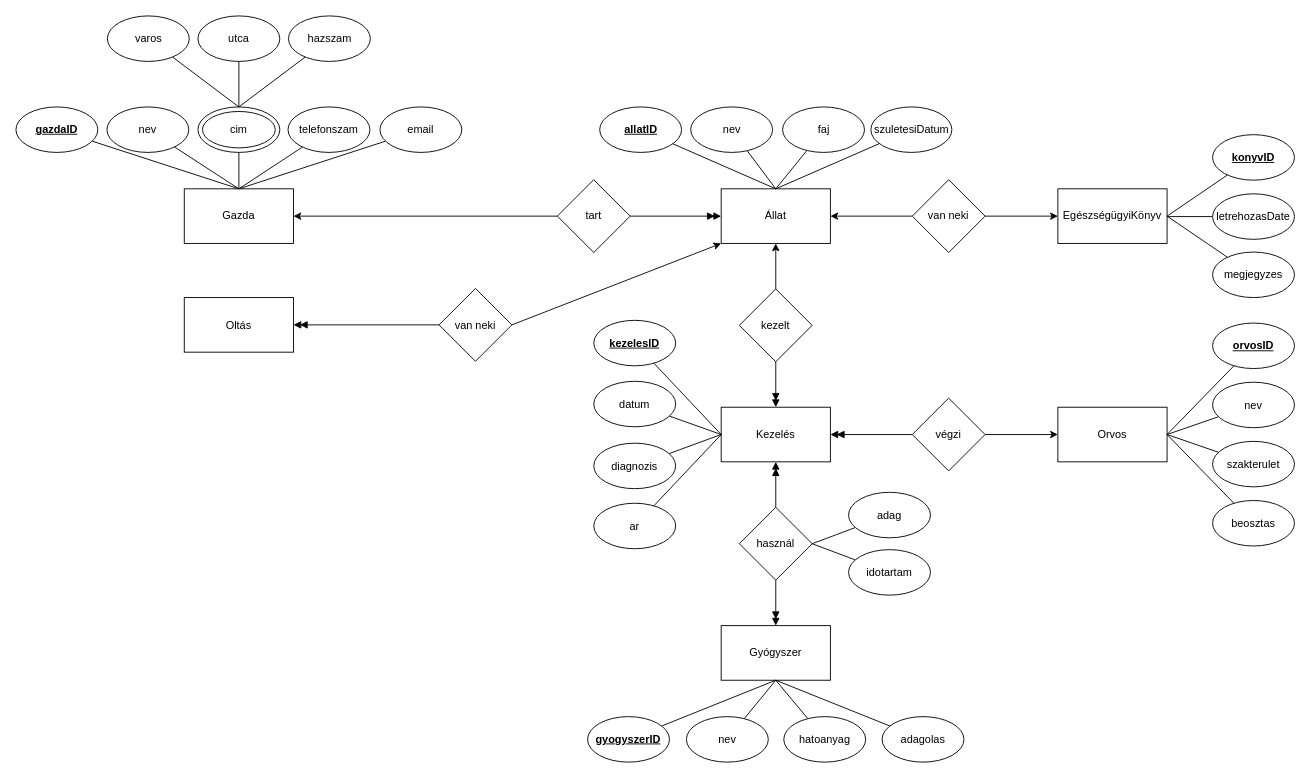
matyas-toth/OQH5NHWebXML keeps this draw.io diagram as OQH5NH_XMLTask/OQH5NH_ER.drawio. Above is the earlier version. Source tidied: cells renumbered, new cells numbered last; positions are measured from the earlier drawing's top-left corner, leaving out a move shared by most shapes. Both pictures are drawn from the tidied source at 91%, with x=0, y=0 at pixel (15, 15).
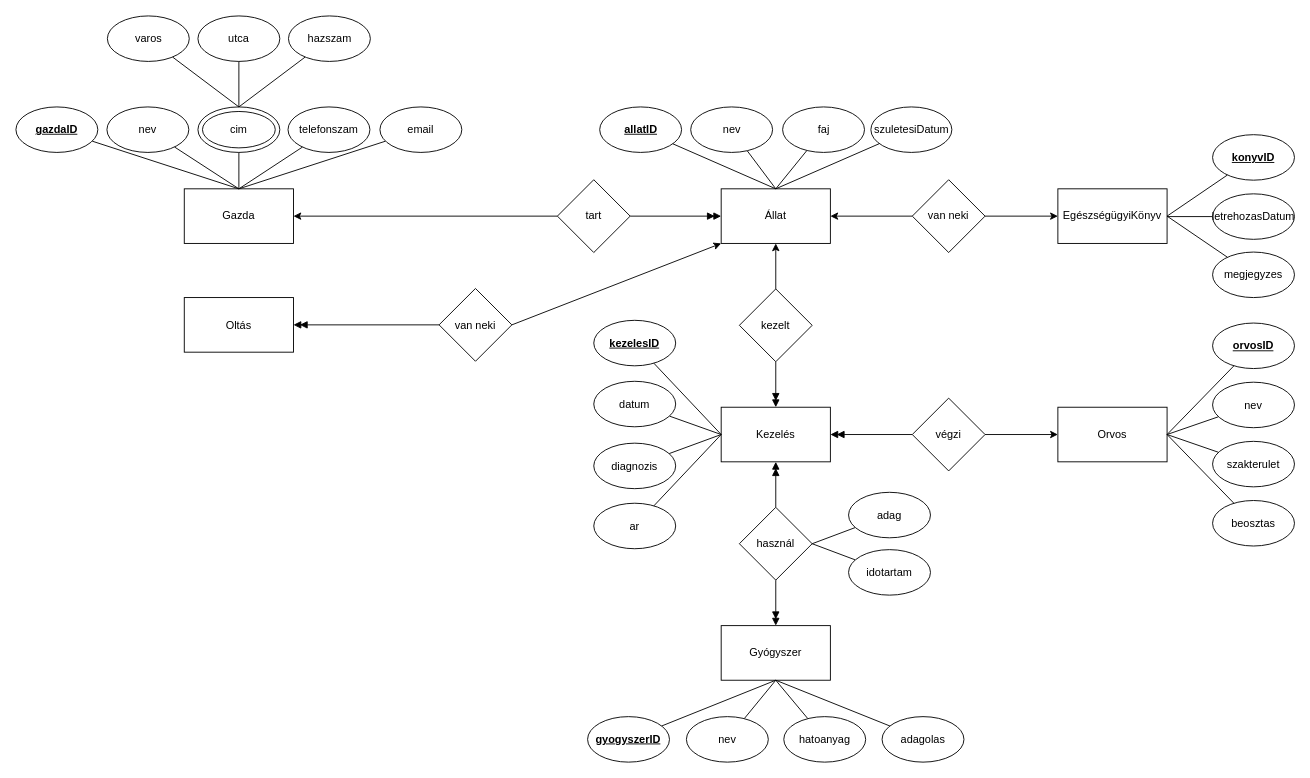
After the change.

Diff of the diagram source:
```diff
@@
-    <mxCell id="49" value="letrehozasDate" style="ellipse;whiteSpace=wrap;html=1;" parent="1" vertex="1">
+    <mxCell id="49" value="letrehozasDatum" style="ellipse;whiteSpace=wrap;html=1;" parent="1" vertex="1">
       <mxGeometry x="1315" y="195.5" width="90" height="50" as="geometry" />
     </mxCell>
```
